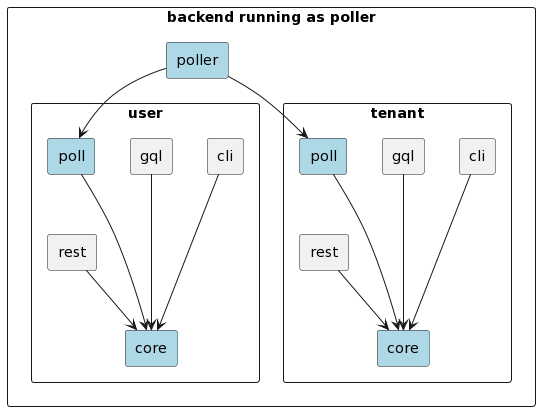
Above: images/posts/backend-running-as-poller.png in maxh/maxheinritz.com (PlantUML), before the change.
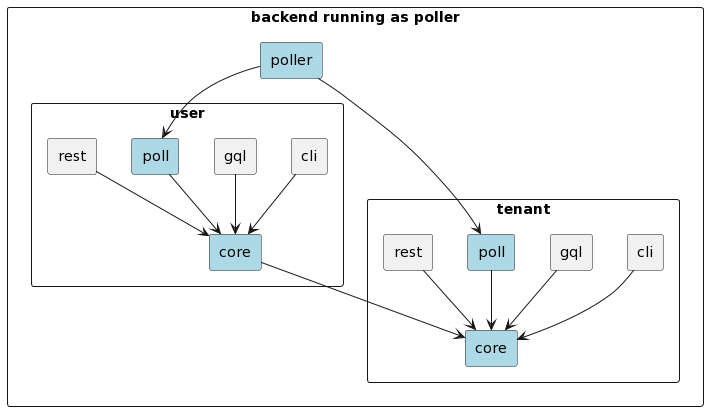
After the commit.

Diff of the diagram source:
```diff
@@ -28,13 +28,16 @@
 poller --> poll_user
 poller --> poll_tenant
 
-cli_user ---> core_user
-gql_user ---> core_user
-poll_user ---> core_user
+cli_user --> core_user
+gql_user --> core_user
+poll_user --> core_user
 rest_user --> core_user
 
-cli_tenant ---> core_tenant
-gql_tenant ---> core_tenant
-poll_tenant ---> core_tenant
+
 rest_tenant --> core_tenant
+gql_tenant --> core_tenant
+poll_tenant --> core_tenant
+cli_tenant --> core_tenant
+
+core_user --> core_tenant
 @enduml
```
